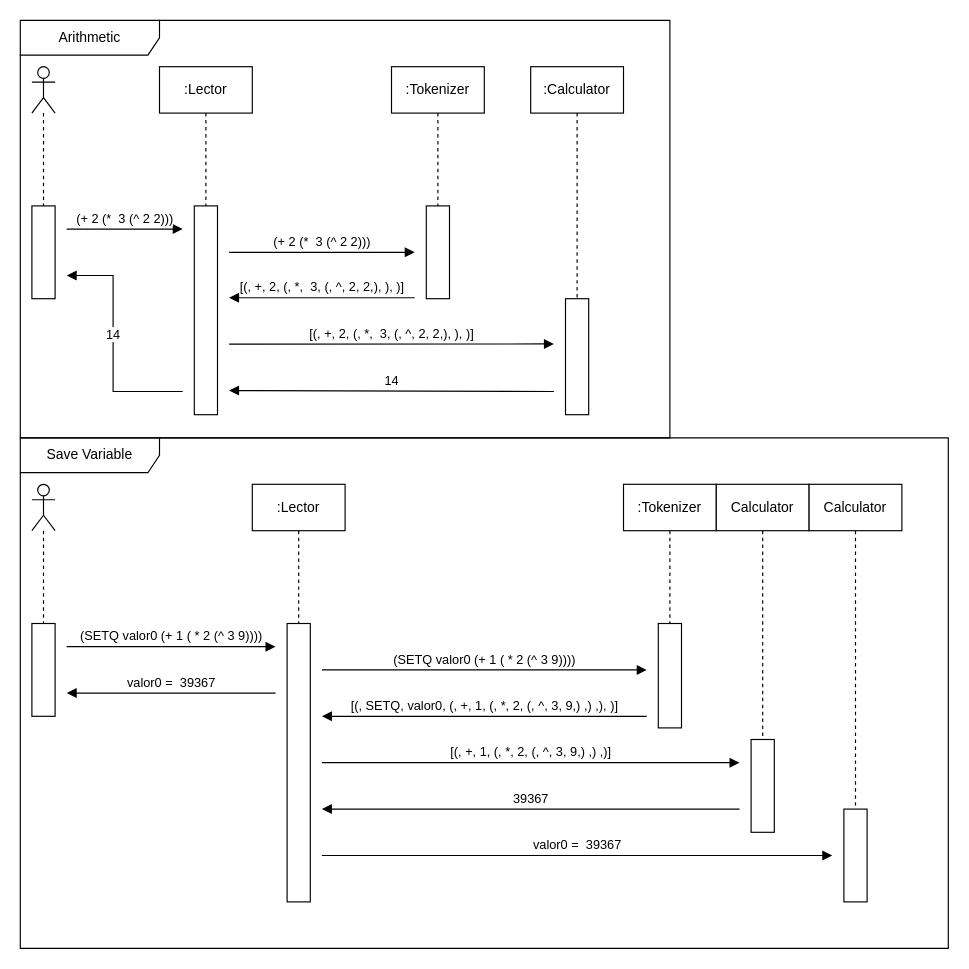
Earlier version of the draw.io diagram Proyecto1/Fases/Fase2/Sequence Diagrams.drawio (DiggsPapu/Proyect1_Lisp_Interpreter). Source tidied: cells renumbered, new cells numbered last; positions are measured from the earlier drawing's top-left corner, leaving out a move shared by most shapes. Both pictures are drawn from the tidied source at 116%, with x=0, y=0 at pixel (20, 20).
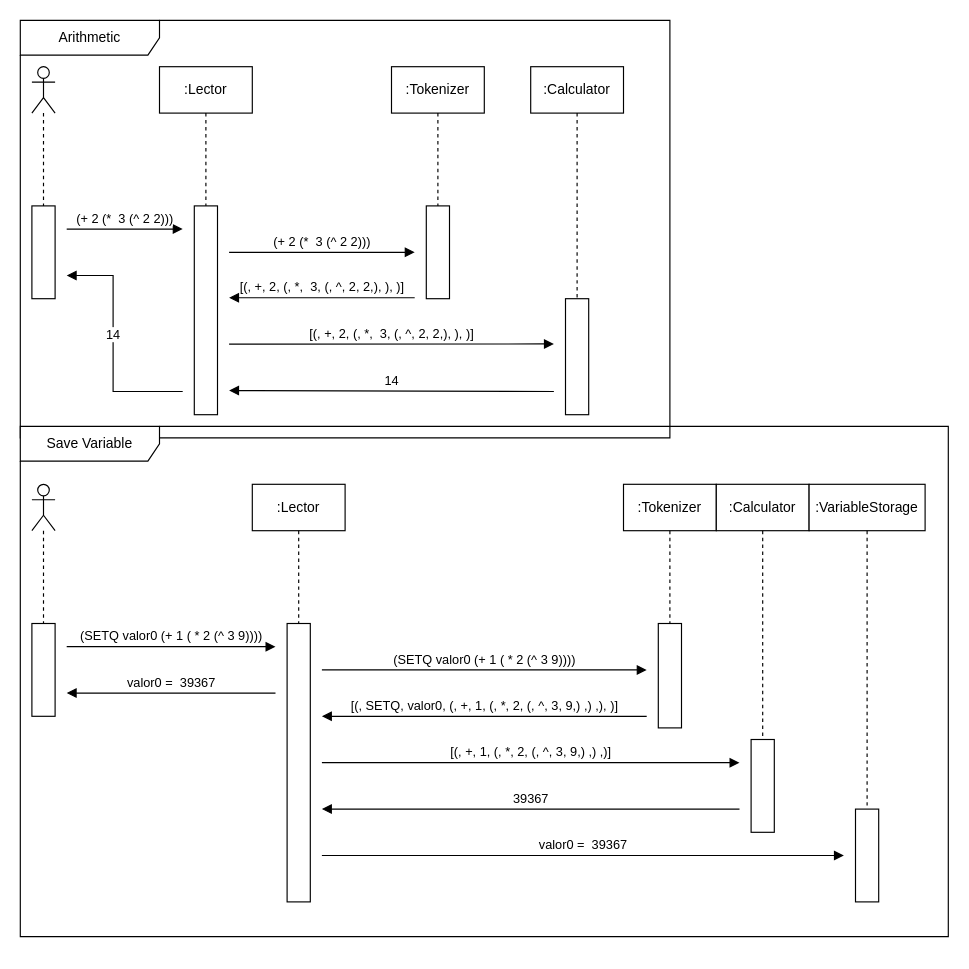
The same page after the edit.

Change to the diagram source:
```diff
@@
-    <mxCell id="19" value="Save Variable" style="shape=umlFrame;whiteSpace=wrap;html=1;width=120;height=30;" parent="1" vertex="1">
-      <mxGeometry y="360" width="800" height="440" as="geometry" />
-    </mxCell>
@@
-    <mxCell id="25" value="Calculator" style="shape=umlLifeline;perimeter=lifelinePerimeter;whiteSpace=wrap;html=1;" parent="1" vertex="1">
+    <mxCell id="25" value=":Calculator" style="shape=umlLifeline;perimeter=lifelinePerimeter;whiteSpace=wrap;html=1;" parent="1" vertex="1">
       <mxGeometry x="600" y="400" width="80" height="220" as="geometry" />
     </mxCell>
@@
     <mxCell id="32" value="valor0 =&amp;nbsp;&amp;nbsp;39367" style="html=1;verticalAlign=bottom;endArrow=block;rounded=0;" parent="1" edge="1">
       <mxGeometry relative="1" as="geometry">
         <mxPoint x="260" y="720" as="sourcePoint" />
-        <mxPoint x="700" y="720" as="targetPoint" />
+        <mxPoint x="710" y="720" as="targetPoint" />
       </mxGeometry>
     </mxCell>
-    <mxCell id="33" value="Calculator" style="shape=umlLifeline;perimeter=lifelinePerimeter;whiteSpace=wrap;html=1;" parent="1" vertex="1">
-      <mxGeometry x="680" y="400" width="80" height="280" as="geometry" />
+    <mxCell id="33" value=":VariableStorage" style="shape=umlLifeline;perimeter=lifelinePerimeter;whiteSpace=wrap;html=1;" parent="1" vertex="1">
+      <mxGeometry x="680" y="400" width="100" height="280" as="geometry" />
     </mxCell>
+    <mxCell id="19" value="Save Variable" style="shape=umlFrame;whiteSpace=wrap;html=1;width=120;height=30;" parent="33" vertex="1">
+      <mxGeometry x="-680" y="-50" width="800" height="440" as="geometry" />
+    </mxCell>
     <mxCell id="34" style="html=1;perimeter=orthogonalPerimeter;" parent="1" vertex="1">
-      <mxGeometry x="710" y="680" width="20" height="80" as="geometry" />
+      <mxGeometry x="720" y="680" width="20" height="80" as="geometry" />
     </mxCell>
```
